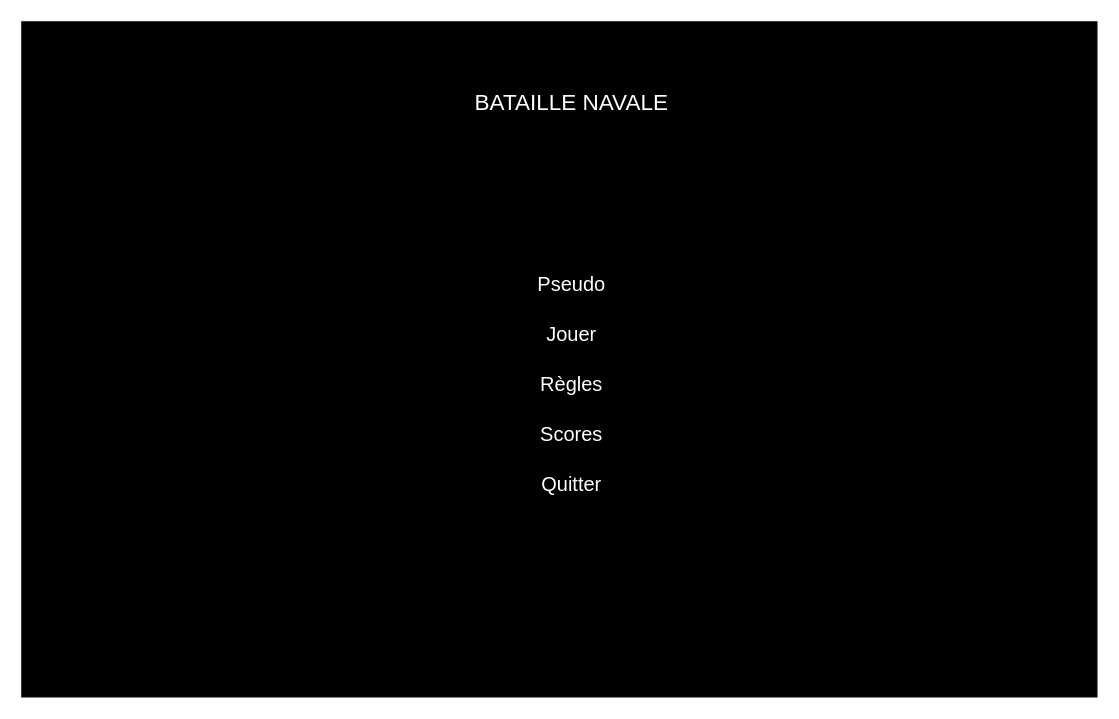
Before: page "Menu Principal" (1 of 5) of Bataille navale - Maquette.drawio in TCamoes15/BatailleNavale-TiagoSantos, a draw.io diagram. Source tidied: cells renumbered, new cells numbered last; positions are measured from the earlier drawing's top-left corner, leaving out a move shared by most shapes. Both pictures are drawn from the tidied source at 125%, with x=0, y=0 at pixel (21, 21).
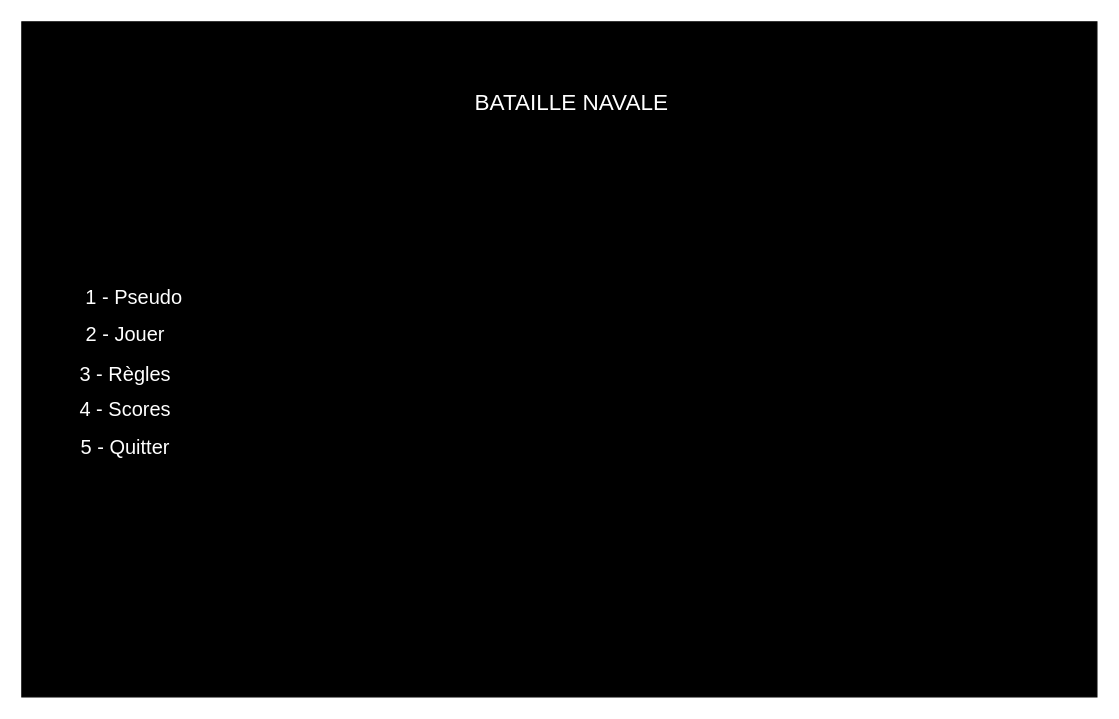
The same diagram, later.

Diff of the diagram source:
```diff
@@
 <mxGraphModel>
   <root>
     <mxCell id="0" />
     <mxCell id="1" parent="0" />
     <mxCell id="2" style="rounded=0;whiteSpace=wrap;html=1;fillColor=#000000;" parent="1" vertex="1">
       <mxGeometry width="860" height="540" as="geometry" />
     </mxCell>
     <mxCell id="3" value="&lt;font color=&quot;#ffffff&quot; style=&quot;font-size: 18px&quot;&gt;BATAILLE NAVALE&lt;/font&gt;" style="text;html=1;strokeColor=none;fillColor=#000000;align=center;verticalAlign=middle;whiteSpace=wrap;rounded=0;" parent="1" vertex="1">
       <mxGeometry x="340" y="40" width="200" height="50" as="geometry" />
     </mxCell>
-    <mxCell id="4" value="&lt;font color=&quot;#ffffff&quot; style=&quot;font-size: 16px&quot;&gt;Jouer&lt;/font&gt;" style="text;html=1;strokeColor=none;fillColor=none;align=center;verticalAlign=middle;whiteSpace=wrap;rounded=0;" parent="1" vertex="1">
-      <mxGeometry x="360" y="230" width="160" height="40" as="geometry" />
+    <mxCell id="4" value="&lt;font color=&quot;#ffffff&quot; style=&quot;font-size: 16px&quot;&gt;2 - Jouer&lt;/font&gt;" style="text;html=1;strokeColor=none;fillColor=none;align=center;verticalAlign=middle;whiteSpace=wrap;rounded=0;" parent="1" vertex="1">
+      <mxGeometry x="3" y="230" width="160" height="40" as="geometry" />
     </mxCell>
-    <mxCell id="5" value="&lt;font color=&quot;#ffffff&quot;&gt;&lt;span style=&quot;font-size: 16px&quot;&gt;Règles&lt;/span&gt;&lt;/font&gt;" style="text;html=1;strokeColor=none;fillColor=none;align=center;verticalAlign=middle;whiteSpace=wrap;rounded=0;" parent="1" vertex="1">
-      <mxGeometry x="360" y="270" width="160" height="40" as="geometry" />
+    <mxCell id="5" value="&lt;font color=&quot;#ffffff&quot;&gt;&lt;span style=&quot;font-size: 16px&quot;&gt;3 - Règles&lt;/span&gt;&lt;/font&gt;" style="text;html=1;strokeColor=none;fillColor=none;align=center;verticalAlign=middle;whiteSpace=wrap;rounded=0;" parent="1" vertex="1">
+      <mxGeometry x="3" y="262" width="160" height="40" as="geometry" />
     </mxCell>
-    <mxCell id="6" value="&lt;font color=&quot;#ffffff&quot; style=&quot;font-size: 16px&quot;&gt;Scores&lt;/font&gt;" style="text;html=1;strokeColor=none;fillColor=none;align=center;verticalAlign=middle;whiteSpace=wrap;rounded=0;" parent="1" vertex="1">
-      <mxGeometry x="360" y="310" width="160" height="40" as="geometry" />
+    <mxCell id="6" value="&lt;font color=&quot;#ffffff&quot; style=&quot;font-size: 16px&quot;&gt;4 - Scores&lt;/font&gt;" style="text;html=1;strokeColor=none;fillColor=none;align=center;verticalAlign=middle;whiteSpace=wrap;rounded=0;" parent="1" vertex="1">
+      <mxGeometry x="3" y="290" width="160" height="40" as="geometry" />
     </mxCell>
-    <mxCell id="7" value="&lt;font color=&quot;#ffffff&quot;&gt;&lt;span style=&quot;font-size: 16px&quot;&gt;Pseudo&lt;/span&gt;&lt;/font&gt;" style="text;html=1;strokeColor=none;fillColor=none;align=center;verticalAlign=middle;whiteSpace=wrap;rounded=0;" parent="1" vertex="1">
-      <mxGeometry x="360" y="190" width="160" height="40" as="geometry" />
+    <mxCell id="7" value="&lt;font color=&quot;#ffffff&quot;&gt;&lt;span style=&quot;font-size: 16px&quot;&gt;1 - Pseudo&lt;/span&gt;&lt;/font&gt;" style="text;html=1;strokeColor=none;fillColor=none;align=center;verticalAlign=middle;whiteSpace=wrap;rounded=0;" parent="1" vertex="1">
+      <mxGeometry x="10" y="200" width="160" height="40" as="geometry" />
     </mxCell>
-    <mxCell id="8" value="&lt;font color=&quot;#ffffff&quot; style=&quot;font-size: 16px&quot;&gt;Quitter&lt;br&gt;&lt;/font&gt;" style="text;html=1;strokeColor=none;fillColor=none;align=center;verticalAlign=middle;whiteSpace=wrap;rounded=0;" parent="1" vertex="1">
-      <mxGeometry x="360" y="350" width="160" height="40" as="geometry" />
+    <mxCell id="8" value="&lt;font color=&quot;#ffffff&quot; style=&quot;font-size: 16px&quot;&gt;5 - Quitter&lt;br&gt;&lt;/font&gt;" style="text;html=1;strokeColor=none;fillColor=none;align=center;verticalAlign=middle;whiteSpace=wrap;rounded=0;" parent="1" vertex="1">
+      <mxGeometry x="3" y="320" width="160" height="40" as="geometry" />
     </mxCell>
   </root>
 </mxGraphModel>
```
